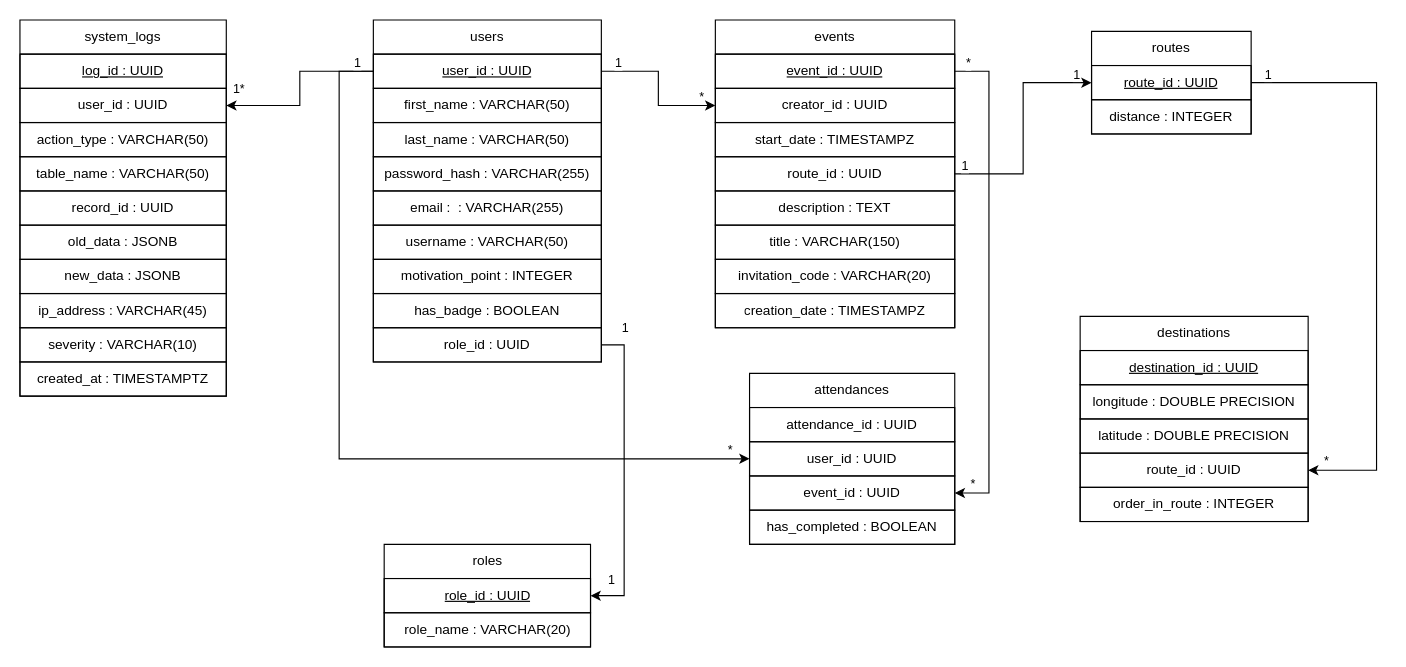
Earlier version of the draw.io diagram Schemes/DBTables.drawio (bcem00/WalkTogether). Source tidied: cells renumbered, new cells numbered last; positions are measured from the earlier drawing's top-left corner, leaving out a move shared by most shapes. Both pictures are drawn from the tidied source at 114%, with x=0, y=0 at pixel (19, 19).
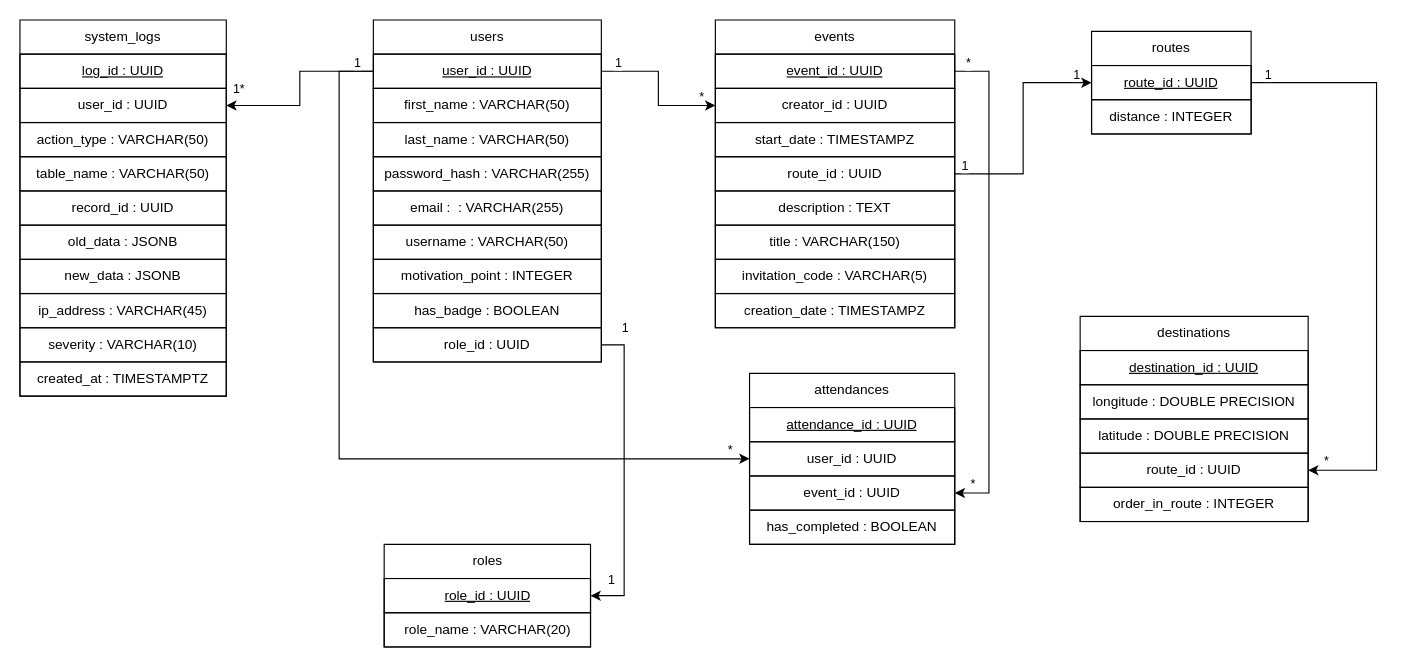
Above is the later version.

Unchanged cells that the change refers to:
```xml
<mxCell id="18" value="events" style="swimlane;fontStyle=0;horizontal=1;startSize=30;whiteSpace=wrap;html=1;" parent="1" vertex="1">
  <mxGeometry x="610" width="210" height="270" as="geometry" />
</mxCell>
<mxCell id="27" value="attendances" style="swimlane;fontStyle=0;horizontal=1;startSize=30;whiteSpace=wrap;html=1;" parent="1" vertex="1">
  <mxGeometry x="640" y="310" width="180" height="150" as="geometry" />
</mxCell>
```

What changed in the source:
```diff
@@
-    <mxCell id="25" value="invitation_code : VARCHAR(20)" style="text;strokeColor=default;fillColor=none;align=center;verticalAlign=middle;spacingLeft=4;spacingRight=4;overflow=hidden;whiteSpace=wrap;html=1;" parent="18" vertex="1">
+    <mxCell id="25" value="invitation_code : VARCHAR(5)" style="text;strokeColor=default;fillColor=none;align=center;verticalAlign=middle;spacingLeft=4;spacingRight=4;overflow=hidden;whiteSpace=wrap;html=1;" parent="18" vertex="1">
       <mxGeometry y="210" width="210" height="30" as="geometry" />
     </mxCell>
@@
-    <mxCell id="28" value="attendance_id : UUID" style="text;strokeColor=default;fillColor=none;align=center;verticalAlign=middle;spacingLeft=4;spacingRight=4;overflow=hidden;whiteSpace=wrap;html=1;" parent="27" vertex="1">
+    <mxCell id="28" value="&lt;u&gt;attendance_id : UUID&lt;/u&gt;" style="text;strokeColor=default;fillColor=none;align=center;verticalAlign=middle;spacingLeft=4;spacingRight=4;overflow=hidden;whiteSpace=wrap;html=1;" parent="27" vertex="1">
       <mxGeometry y="30" width="180" height="30" as="geometry" />
     </mxCell>
```
